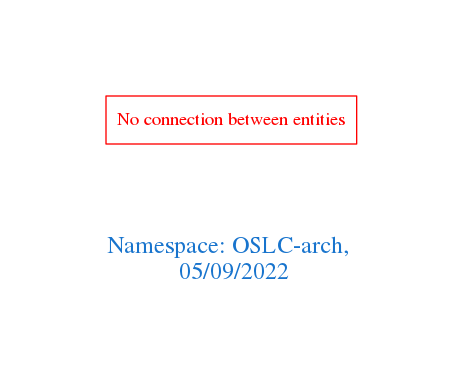
This is downloads/OSLC-arch.png from arago/OGIT, a Graphviz export, as it was before one commit. Its source is kept beside it as downloads/OSLC-arch.dot.
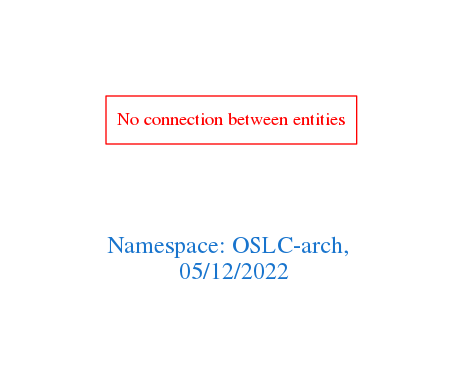
Later version of the same file.

What changed in the source:
```diff
@@ -1,7 +1,7 @@
 digraph OGIT_ontology {
  graph [ rankdir= LR,pad=1
 fontsize = 18,
-fontcolor= dodgerblue3,label = "\n\n\nNamespace: OSLC-arch, \n 05/09/2022"];
+fontcolor= dodgerblue3,label = "\n\n\nNamespace: OSLC-arch, \n 05/12/2022"];
 node[shape=polygon];
 edge [  color="gray81"];
 
```
